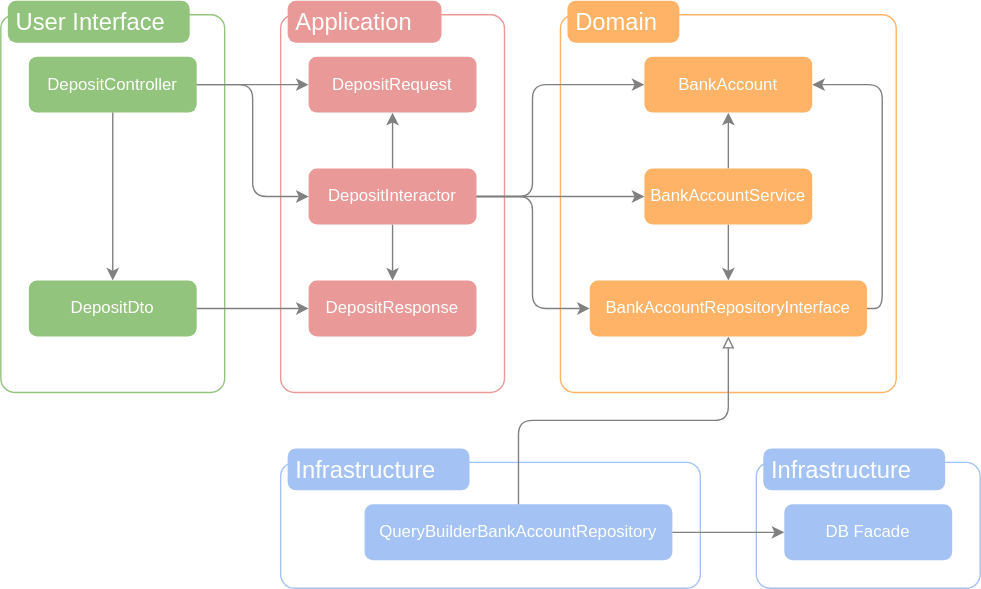
This is src/0-future-proof-architecture/images/adop/class.svg from sayuprc/slides, a draw.io export, as it was before one commit. Source tidied: cells renumbered, new cells last; positions are measured from the earlier drawing's top-left corner, leaving out a move shared by most shapes.
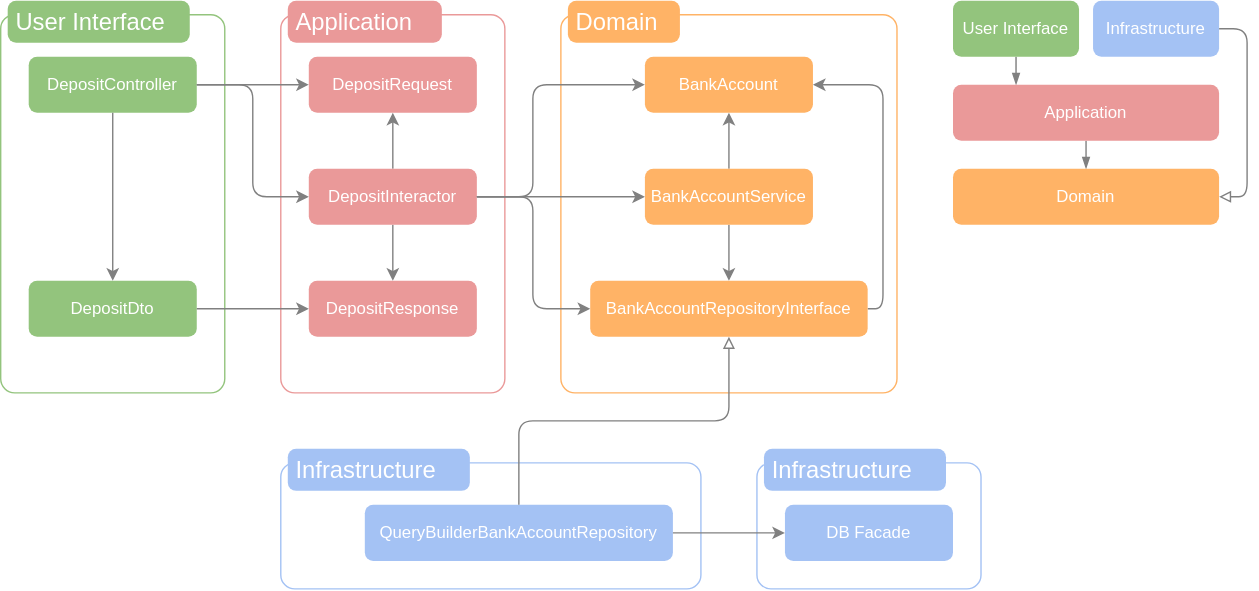
Above is the later version.

Change to the diagram source:
```diff
@@ -129,5 +129,31 @@
         </Array>
       </mxGeometry>
     </mxCell>
+    <mxCell id="36" style="edgeStyle=none;html=1;entryX=0.237;entryY=0;entryDx=0;entryDy=0;entryPerimeter=0;strokeColor=#808080;endArrow=blockThin;endFill=1;" parent="1" edge="1" source="37" target="39">
+      <mxGeometry relative="1" as="geometry" />
+    </mxCell>
+    <mxCell id="37" value="&lt;font color=&quot;#ffffff&quot;&gt;User Interface&lt;/font&gt;" style="rounded=1;whiteSpace=wrap;html=1;fillColor=#93c47dff;strokeColor=none;glass=0;shadow=0;" parent="1" vertex="1">
+      <mxGeometry x="680" width="90" height="40" as="geometry" />
+    </mxCell>
+    <mxCell id="38" style="edgeStyle=none;html=1;entryX=0.5;entryY=0;entryDx=0;entryDy=0;strokeColor=#808080;endArrow=blockThin;endFill=1;" parent="1" edge="1" source="39" target="40">
+      <mxGeometry relative="1" as="geometry" />
+    </mxCell>
+    <mxCell id="39" value="&lt;font color=&quot;#ffffff&quot;&gt;Application&lt;br&gt;&lt;/font&gt;" style="rounded=1;whiteSpace=wrap;html=1;fillColor=#ea9999ff;strokeColor=none;glass=0;shadow=0;" parent="1" vertex="1">
+      <mxGeometry x="680" y="60" width="190" height="40" as="geometry" />
+    </mxCell>
+    <mxCell id="40" value="&lt;font color=&quot;#ffffff&quot;&gt;Domain&lt;/font&gt;" style="rounded=1;whiteSpace=wrap;html=1;fillColor=#FFB366;strokeColor=none;glass=0;shadow=0;" parent="1" vertex="1">
+      <mxGeometry x="680" y="120" width="190" height="40" as="geometry" />
+    </mxCell>
+    <mxCell id="41" style="edgeStyle=none;html=1;entryX=1;entryY=0.5;entryDx=0;entryDy=0;endArrow=block;endFill=0;strokeColor=#808080;" parent="1" edge="1" source="42" target="40">
+      <mxGeometry relative="1" as="geometry">
+        <Array as="points">
+          <mxPoint x="890" y="20" />
+          <mxPoint x="890" y="140" />
+        </Array>
+      </mxGeometry>
+    </mxCell>
+    <mxCell id="42" value="&lt;font color=&quot;#ffffff&quot;&gt;Infrastructure&lt;/font&gt;" style="rounded=1;whiteSpace=wrap;html=1;fillColor=#a4c2f4ff;strokeColor=none;" parent="1" vertex="1">
+      <mxGeometry x="780" width="90" height="40" as="geometry" />
+    </mxCell>
   </root>
 </mxGraphModel>
```
